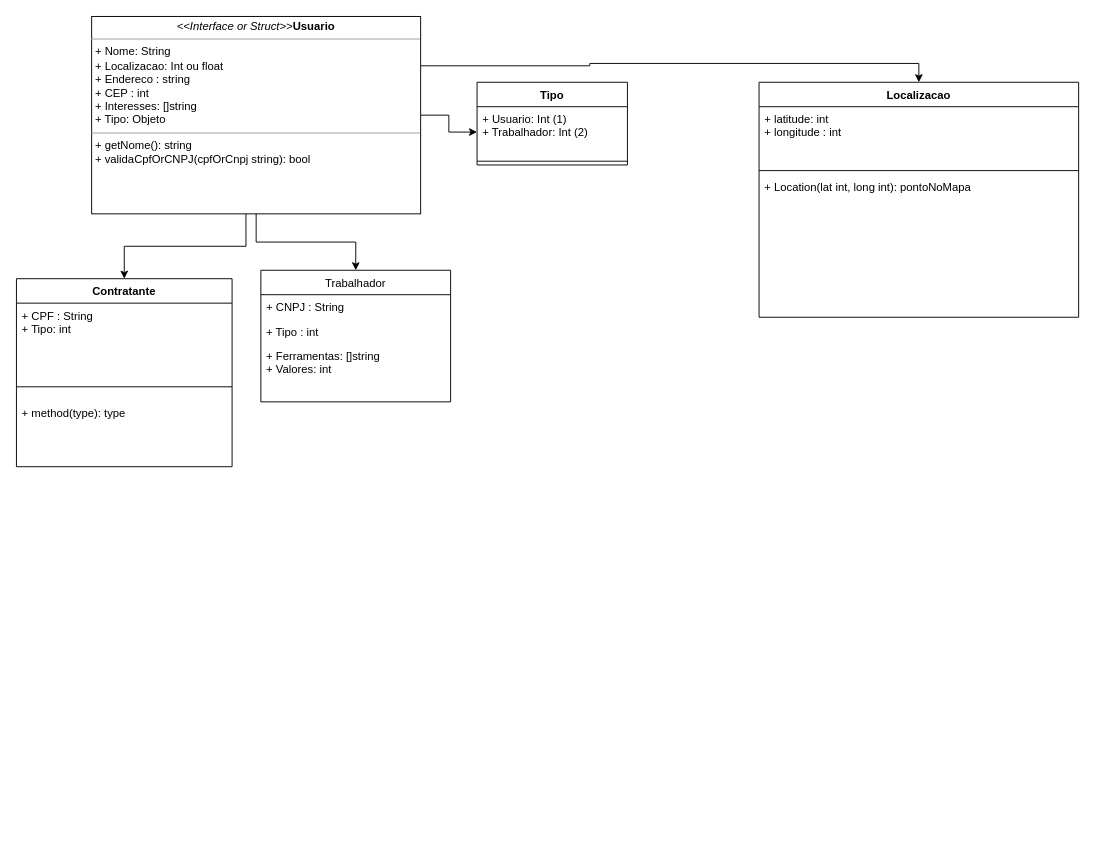
This is emprestaai.drawio from bbwithpointers/emprestaai, a draw.io file, before an edit. Source tidied: cells renumbered, new cells numbered last; positions are measured from the earlier drawing's top-left corner, leaving out a move shared by most shapes. Both pictures are drawn from the tidied source at 94%, with x=0, y=0 at pixel (16, 16).
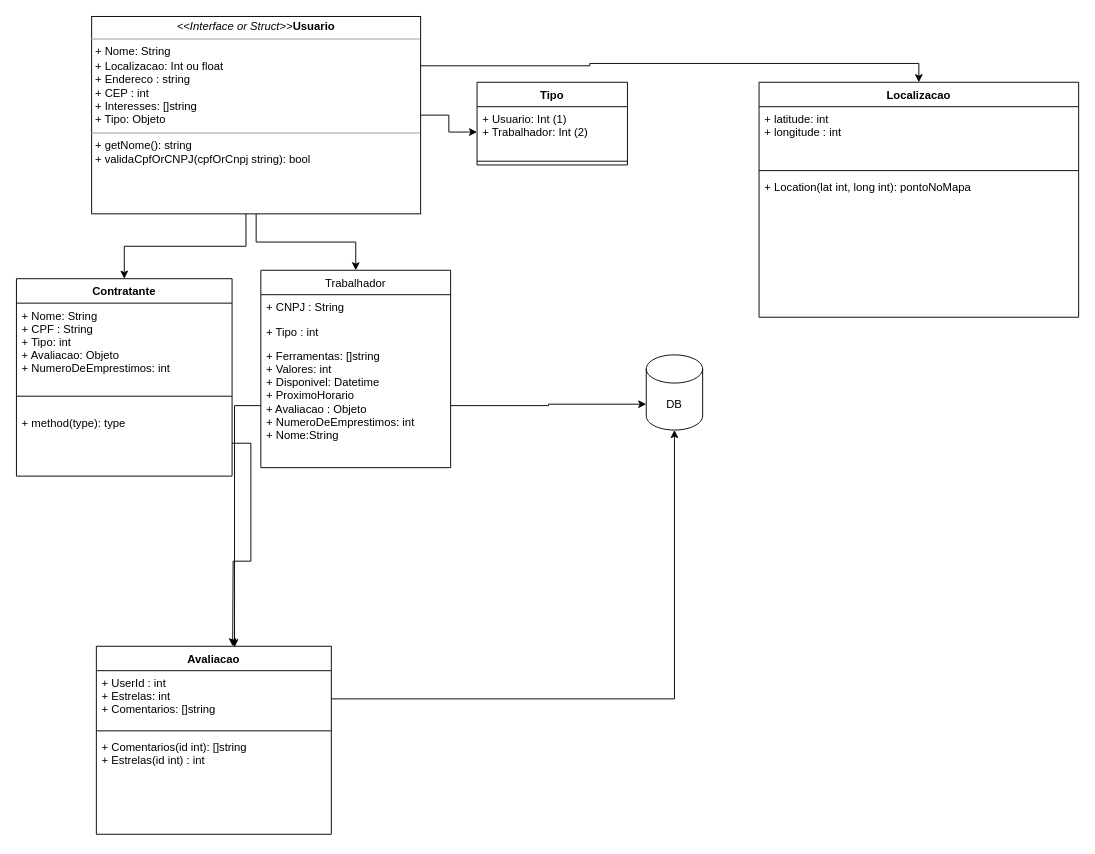
Above is the later version.

The edit, as a diff of the source:
```diff
@@
     <mxCell id="2" value="Contratante" style="swimlane;fontStyle=1;align=center;verticalAlign=top;horizontal=1;startSize=26;" parent="1" vertex="1">
-      <mxGeometry y="279" width="229.4" height="200" as="geometry" />
+      <mxGeometry y="279" width="229.4" height="210" as="geometry" />
     </mxCell>
-    <mxCell id="3" value="+ CPF : String&#10;+ Tipo: int " style="text;strokeColor=none;fillColor=none;align=left;verticalAlign=top;spacingLeft=4;spacingRight=4;overflow=hidden;" parent="2" vertex="1">
-      <mxGeometry y="26" width="229.4" height="74" as="geometry" />
+    <mxCell id="3" value="+ Nome: String&#10;+ CPF : String&#10;+ Tipo: int &#10;+ Avaliacao: Objeto&#10;+ NumeroDeEmprestimos: int" style="text;strokeColor=none;fillColor=none;align=left;verticalAlign=top;spacingLeft=4;spacingRight=4;overflow=hidden;" parent="2" vertex="1">
+      <mxGeometry y="26" width="229.4" height="84" as="geometry" />
     </mxCell>
     <mxCell id="4" style="line;strokeWidth=1;fillColor=none;align=left;verticalAlign=middle;spacingTop=-1;spacingLeft=3;spacingRight=3;labelPosition=right;" parent="2" vertex="1">
-      <mxGeometry y="100" width="229.4" height="30" as="geometry" />
+      <mxGeometry y="110" width="229.4" height="30" as="geometry" />
     </mxCell>
     <mxCell id="5" value="+ method(type): type" style="text;strokeColor=none;fillColor=none;align=left;verticalAlign=top;spacingLeft=4;spacingRight=4;overflow=hidden;points=[[0,0.5],[1,0.5]];portConstraint=eastwest;" parent="2" vertex="1">
-      <mxGeometry y="130" width="229.4" height="70" as="geometry" />
+      <mxGeometry y="140" width="229.4" height="70" as="geometry" />
     </mxCell>
     <mxCell id="6" value="Trabalhador" style="swimlane;fontStyle=0;horizontal=1;startSize=26;fillColor=none;" parent="1" vertex="1">
-      <mxGeometry x="260" y="270" width="201.9" height="140" as="geometry" />
+      <mxGeometry x="260" y="270" width="201.9" height="210" as="geometry" />
     </mxCell>
@@
-    <mxCell id="9" value="+ Ferramentas: []string&#10;+ Valores: int &#10;&#10;" style="text;strokeColor=none;fillColor=none;align=left;verticalAlign=top;spacingLeft=4;spacingRight=4;overflow=hidden;points=[[0,0.5],[1,0.5]];portConstraint=eastwest;" parent="6" vertex="1">
-      <mxGeometry y="78" width="201.9" height="62" as="geometry" />
+    <mxCell id="9" value="+ Ferramentas: []string&#10;+ Valores: int &#10;+ Disponivel: Datetime&#10;+ ProximoHorario&#10;+ Avaliacao : Objeto&#10;+ NumeroDeEmprestimos: int&#10;+ Nome:String&#10;&#10;&#10;&#10;" style="text;strokeColor=none;fillColor=none;align=left;verticalAlign=top;spacingLeft=4;spacingRight=4;overflow=hidden;points=[[0,0.5],[1,0.5]];portConstraint=eastwest;" parent="6" vertex="1">
+      <mxGeometry y="78" width="201.9" height="132" as="geometry" />
     </mxCell>
@@
+    <mxCell id="22" value="Avaliacao" style="swimlane;fontStyle=1;align=center;verticalAlign=top;horizontal=1;startSize=26;" parent="1" vertex="1">
+      <mxGeometry x="85" y="670" width="250" height="200" as="geometry" />
+    </mxCell>
+    <mxCell id="23" value="+ UserId : int&#10;+ Estrelas: int&#10;+ Comentarios: []string&#10;" style="text;strokeColor=none;fillColor=none;align=left;verticalAlign=top;spacingLeft=4;spacingRight=4;overflow=hidden;points=[[0,0.5],[1,0.5]];portConstraint=eastwest;" parent="22" vertex="1">
+      <mxGeometry y="26" width="250" height="60" as="geometry" />
+    </mxCell>
+    <mxCell id="24" style="line;strokeWidth=1;fillColor=none;align=left;verticalAlign=middle;spacingTop=-1;spacingLeft=3;spacingRight=3;labelPosition=right;" parent="22" vertex="1">
+      <mxGeometry y="86" width="250" height="8" as="geometry" />
+    </mxCell>
+    <mxCell id="25" value="+ Comentarios(id int): []string&#10;+ Estrelas(id int) : int&#10;" style="text;strokeColor=none;fillColor=none;align=left;verticalAlign=top;spacingLeft=4;spacingRight=4;overflow=hidden;" parent="22" vertex="1">
+      <mxGeometry y="94" width="250" height="106" as="geometry" />
+    </mxCell>
+    <mxCell id="26" style="edgeStyle=orthogonalEdgeStyle;rounded=0;jettySize=auto;html=1;entryX=0.588;entryY=0.005;entryDx=0;entryDy=0;entryPerimeter=0;" parent="1" edge="1" source="9" target="22">
+      <mxGeometry relative="1" as="geometry" />
+    </mxCell>
+    <mxCell id="27" style="edgeStyle=orthogonalEdgeStyle;rounded=0;jettySize=auto;html=1;" parent="1" edge="1" source="5">
+      <mxGeometry relative="1" as="geometry">
+        <mxPoint x="230" y="670" as="targetPoint" />
+      </mxGeometry>
+    </mxCell>
+    <mxCell id="28" value="DB" style="shape=cylinder3;whiteSpace=wrap;html=1;boundedLbl=1;backgroundOutline=1;size=15;" parent="1" vertex="1">
+      <mxGeometry x="670" y="360" width="60" height="80" as="geometry" />
+    </mxCell>
+    <mxCell id="29" style="edgeStyle=orthogonalEdgeStyle;rounded=0;jettySize=auto;html=1;entryX=0;entryY=0;entryDx=0;entryDy=52.5;entryPerimeter=0;" parent="1" edge="1" source="9" target="28">
+      <mxGeometry relative="1" as="geometry" />
+    </mxCell>
+    <mxCell id="30" style="edgeStyle=orthogonalEdgeStyle;rounded=0;jettySize=auto;html=1;entryX=0.5;entryY=1;entryDx=0;entryDy=0;entryPerimeter=0;" parent="1" edge="1" source="23" target="28">
+      <mxGeometry relative="1" as="geometry" />
+    </mxCell>
```
